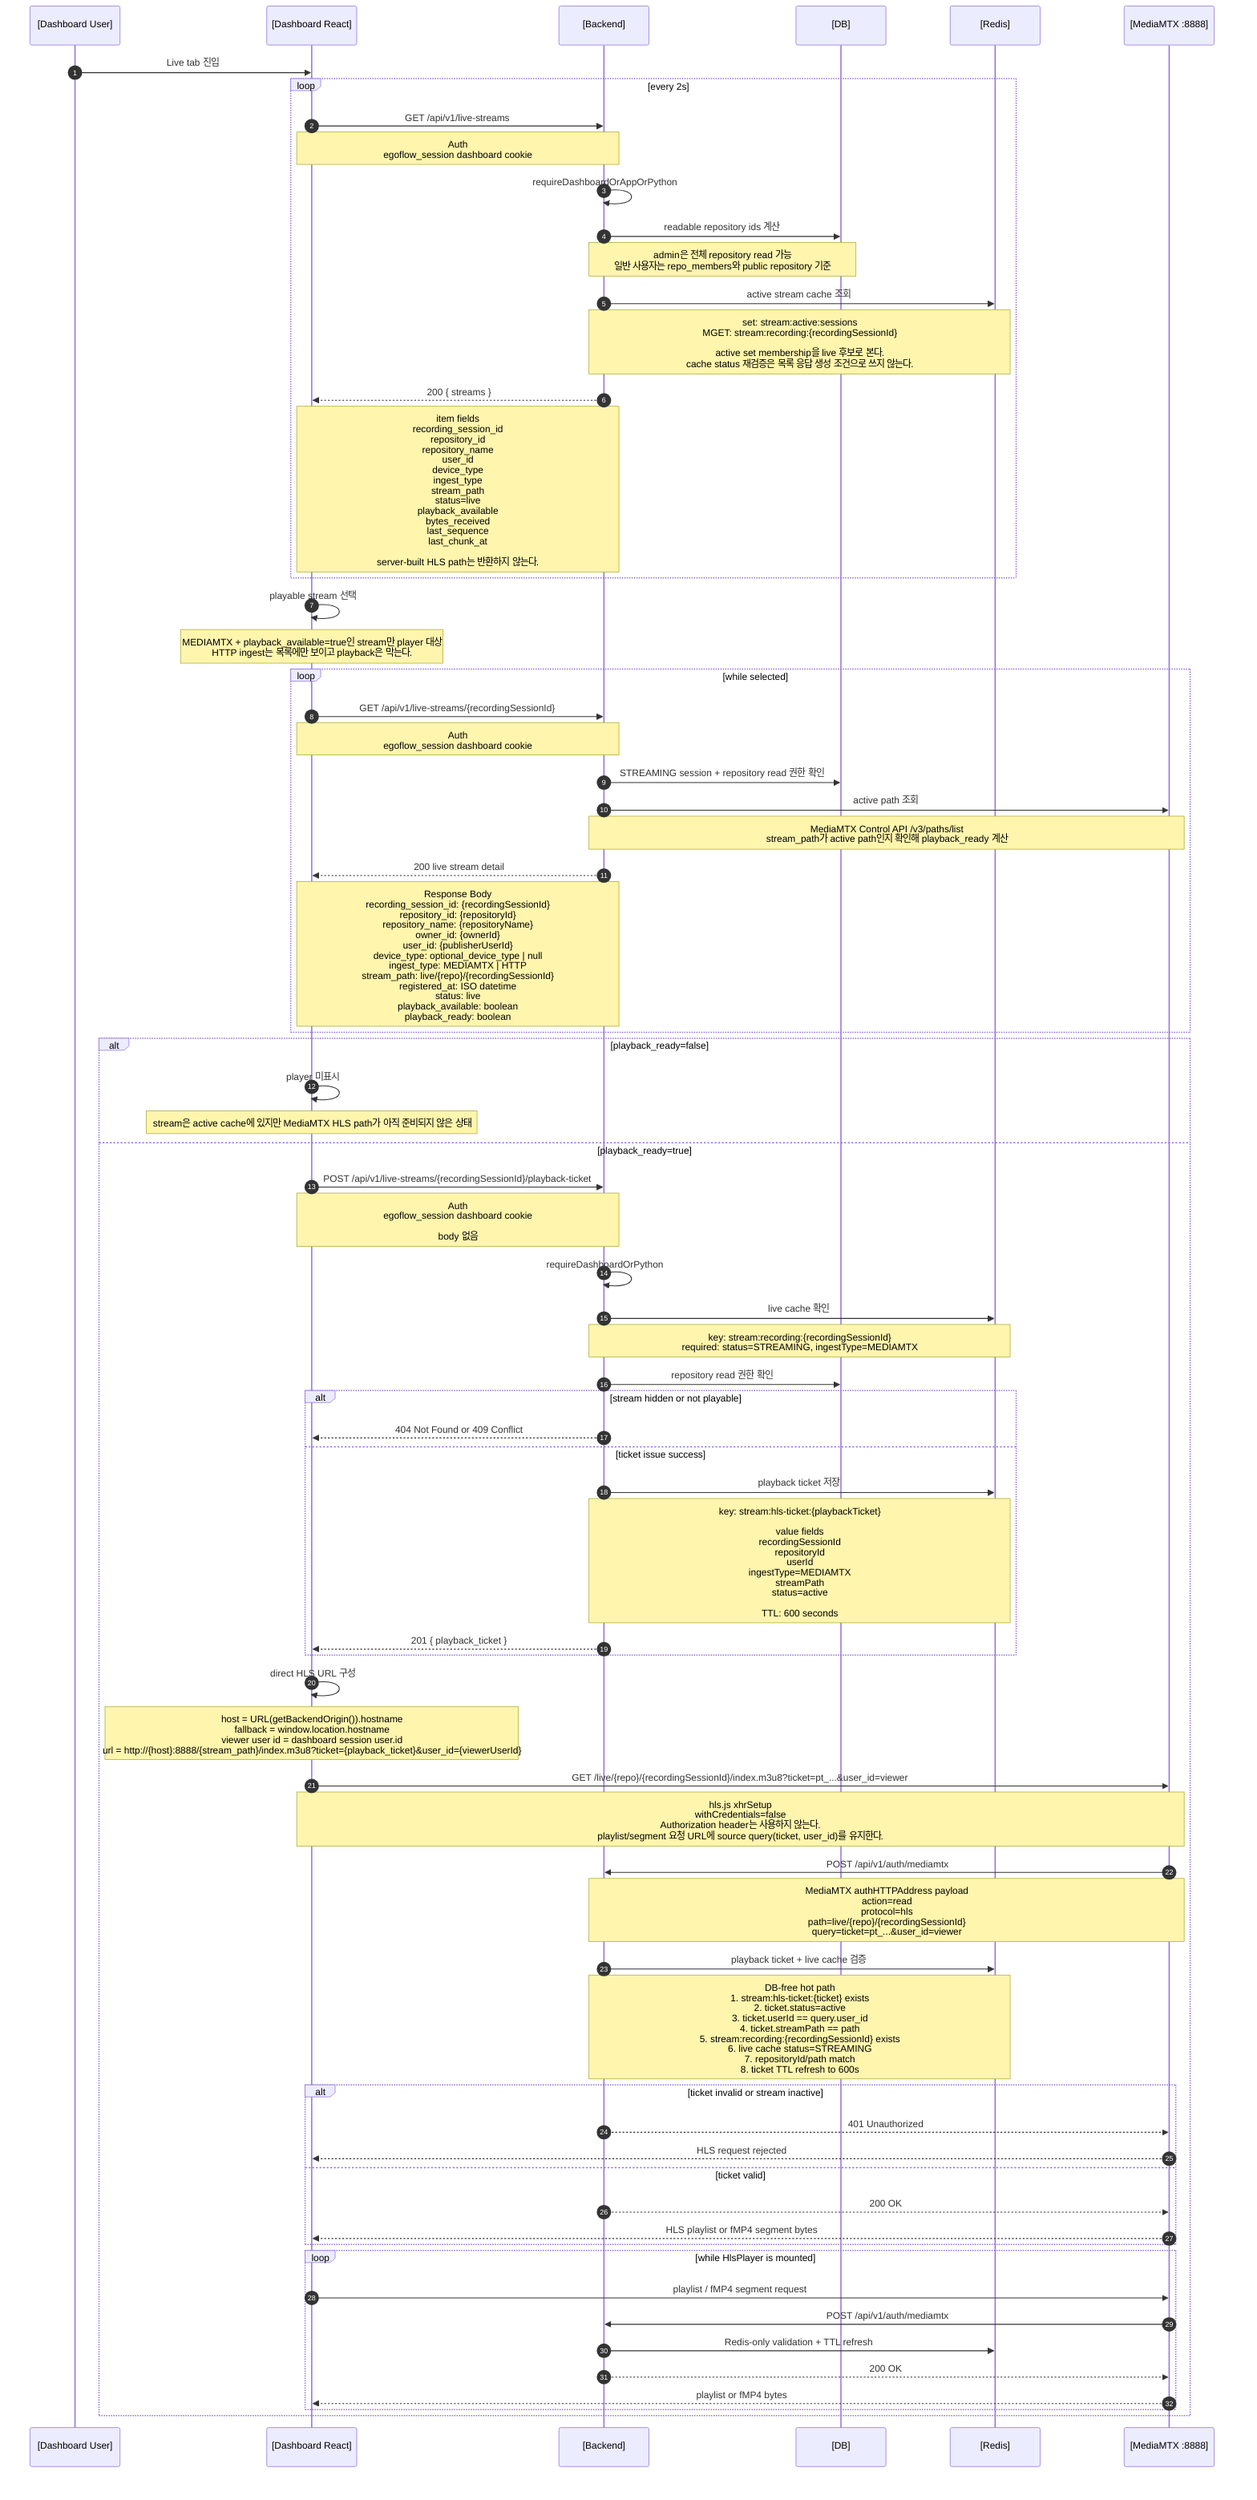
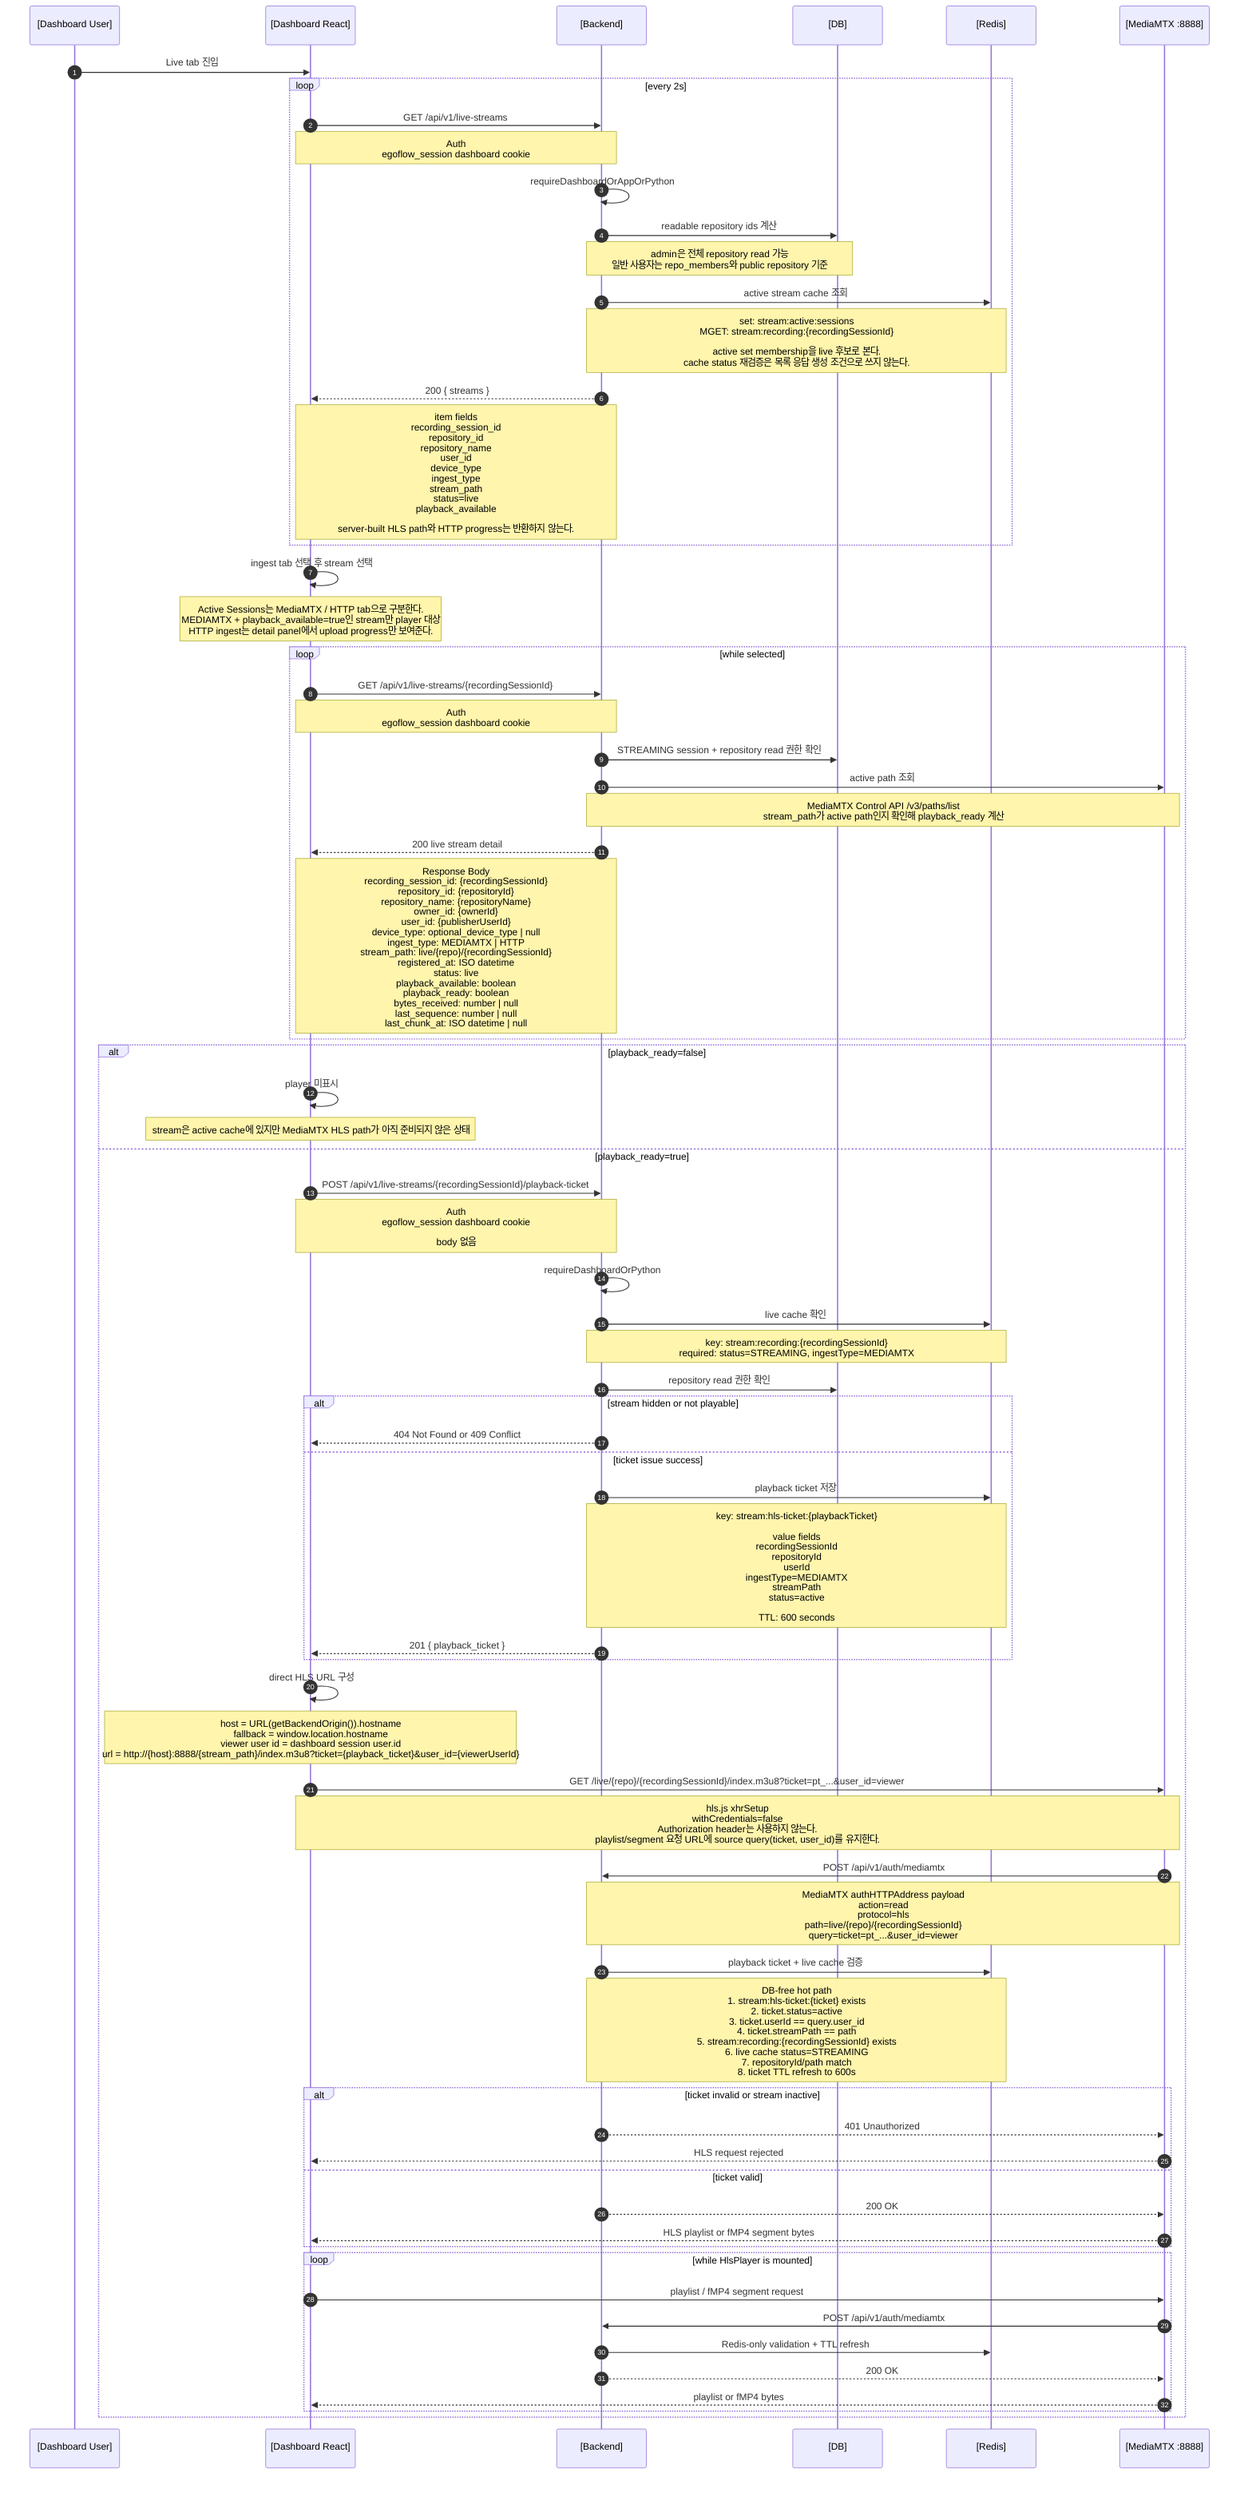
sequenceDiagram
  autonumber
  participant User as [Dashboard User]
  participant FE as [Dashboard React]
  participant Backend as [Backend]
  participant DB as [DB]
  participant Redis as [Redis]
  participant MTX as [MediaMTX :8888]

  User->>FE: Live tab 진입

  loop every 2s
    FE->>Backend: GET /api/v1/live-streams
    Note over FE,Backend: Auth<br/>egoflow_session dashboard cookie

    Backend->>Backend: requireDashboardOrAppOrPython
    Backend->>DB: readable repository ids 계산
    Note over Backend,DB: admin은 전체 repository read 가능<br/>일반 사용자는 repo_members와 public repository 기준

    Backend->>Redis: active stream cache 조회
    Note over Backend,Redis: set: stream:active:sessions<br/>MGET: stream:recording:{recordingSessionId}<br/><br/>active set membership을 live 후보로 본다.<br/>cache status 재검증은 목록 응답 생성 조건으로 쓰지 않는다.

    Backend-->>FE: 200 { streams }
-     Note over Backend,FE: item fields<br/>recording_session_id<br/>repository_id<br/>repository_name<br/>user_id<br/>device_type<br/>ingest_type<br/>stream_path<br/>status=live<br/>playback_available<br/>bytes_received<br/>last_sequence<br/>last_chunk_at<br/><br/>server-built HLS path는 반환하지 않는다.
+     Note over Backend,FE: item fields<br/>recording_session_id<br/>repository_id<br/>repository_name<br/>user_id<br/>device_type<br/>ingest_type<br/>stream_path<br/>status=live<br/>playback_available<br/><br/>server-built HLS path와 HTTP progress는 반환하지 않는다.
  end

-   FE->>FE: playable stream 선택
-   Note over FE: MEDIAMTX + playback_available=true인 stream만 player 대상<br/>HTTP ingest는 목록에만 보이고 playback은 막는다.
+   FE->>FE: ingest tab 선택 후 stream 선택
+   Note over FE: Active Sessions는 MediaMTX / HTTP tab으로 구분한다.<br/>MEDIAMTX + playback_available=true인 stream만 player 대상<br/>HTTP ingest는 detail panel에서 upload progress만 보여준다.

  loop while selected
    FE->>Backend: GET /api/v1/live-streams/{recordingSessionId}
    Note over FE,Backend: Auth<br/>egoflow_session dashboard cookie
    Backend->>DB: STREAMING session + repository read 권한 확인
    Backend->>MTX: active path 조회
    Note over Backend,MTX: MediaMTX Control API /v3/paths/list<br/>stream_path가 active path인지 확인해 playback_ready 계산
    Backend-->>FE: 200 live stream detail
-     Note over Backend,FE: Response Body<br/>recording_session_id: {recordingSessionId}<br/>repository_id: {repositoryId}<br/>repository_name: {repositoryName}<br/>owner_id: {ownerId}<br/>user_id: {publisherUserId}<br/>device_type: optional_device_type | null<br/>ingest_type: MEDIAMTX | HTTP<br/>stream_path: live/{repo}/{recordingSessionId}<br/>registered_at: ISO datetime<br/>status: live<br/>playback_available: boolean<br/>playback_ready: boolean
+     Note over Backend,FE: Response Body<br/>recording_session_id: {recordingSessionId}<br/>repository_id: {repositoryId}<br/>repository_name: {repositoryName}<br/>owner_id: {ownerId}<br/>user_id: {publisherUserId}<br/>device_type: optional_device_type | null<br/>ingest_type: MEDIAMTX | HTTP<br/>stream_path: live/{repo}/{recordingSessionId}<br/>registered_at: ISO datetime<br/>status: live<br/>playback_available: boolean<br/>playback_ready: boolean<br/>bytes_received: number | null<br/>last_sequence: number | null<br/>last_chunk_at: ISO datetime | null
  end

  alt playback_ready=false
    FE->>FE: player 미표시
    Note over FE: stream은 active cache에 있지만 MediaMTX HLS path가 아직 준비되지 않은 상태
  else playback_ready=true
    FE->>Backend: POST /api/v1/live-streams/{recordingSessionId}/playback-ticket
    Note over FE,Backend: Auth<br/>egoflow_session dashboard cookie<br/><br/>body 없음

    Backend->>Backend: requireDashboardOrPython
    Backend->>Redis: live cache 확인
    Note over Backend,Redis: key: stream:recording:{recordingSessionId}<br/>required: status=STREAMING, ingestType=MEDIAMTX
    Backend->>DB: repository read 권한 확인

    alt stream hidden or not playable
      Backend-->>FE: 404 Not Found or 409 Conflict
    else ticket issue success
      Backend->>Redis: playback ticket 저장
      Note over Backend,Redis: key: stream:hls-ticket:{playbackTicket}<br/><br/>value fields<br/>recordingSessionId<br/>repositoryId<br/>userId<br/>ingestType=MEDIAMTX<br/>streamPath<br/>status=active<br/><br/>TTL: 600 seconds
      Backend-->>FE: 201 { playback_ticket }
    end

    FE->>FE: direct HLS URL 구성
    Note over FE: host = URL(getBackendOrigin()).hostname<br/>fallback = window.location.hostname<br/>viewer user id = dashboard session user.id<br/>url = http://{host}:8888/{stream_path}/index.m3u8?ticket={playback_ticket}&user_id={viewerUserId}

    FE->>MTX: GET /live/{repo}/{recordingSessionId}/index.m3u8?ticket=pt_...&user_id=viewer
    Note over FE,MTX: hls.js xhrSetup<br/>withCredentials=false<br/>Authorization header는 사용하지 않는다.<br/>playlist/segment 요청 URL에 source query(ticket, user_id)를 유지한다.

    MTX->>Backend: POST /api/v1/auth/mediamtx
    Note over MTX,Backend: MediaMTX authHTTPAddress payload<br/>action=read<br/>protocol=hls<br/>path=live/{repo}/{recordingSessionId}<br/>query=ticket=pt_...&user_id=viewer

    Backend->>Redis: playback ticket + live cache 검증
    Note over Backend,Redis: DB-free hot path<br/>1. stream:hls-ticket:{ticket} exists<br/>2. ticket.status=active<br/>3. ticket.userId == query.user_id<br/>4. ticket.streamPath == path<br/>5. stream:recording:{recordingSessionId} exists<br/>6. live cache status=STREAMING<br/>7. repositoryId/path match<br/>8. ticket TTL refresh to 600s

    alt ticket invalid or stream inactive
      Backend-->>MTX: 401 Unauthorized
      MTX-->>FE: HLS request rejected
    else ticket valid
      Backend-->>MTX: 200 OK
      MTX-->>FE: HLS playlist or fMP4 segment bytes
    end

    loop while HlsPlayer is mounted
      FE->>MTX: playlist / fMP4 segment request
      MTX->>Backend: POST /api/v1/auth/mediamtx
      Backend->>Redis: Redis-only validation + TTL refresh
      Backend-->>MTX: 200 OK
      MTX-->>FE: playlist or fMP4 bytes
    end
  end

%% 참고:
%% Dashboard playback ticket 발급은 dashboard cookie만 사용한다.
%% App JWT는 playback-ticket endpoint에서 허용하지 않는다.
%% Live list/detail endpoint는 App JWT도 허용하지만, playback 실행 권한은 ticket 발급 시 dashboard/Python으로 제한한다.
%% HLS bytes는 Caddy를 거치지 않고 MediaMTX 8888/tcp에서 직접 받는다.
%% Caddy /hls route와 legacy HLS auth endpoint는 현재 구조에 없다.
%% browser가 hls.js로 요청하는 모든 playlist/segment XHR은 Authorization header를 쓰지 않는다.
%% 대신 initial HLS URL의 query(ticket, user_id)를 playlist/segment 요청 URL에도 다시 붙인다.
%% playback auth는 ticket 소유자 userId와 query.user_id가 일치해야 통과한다.
